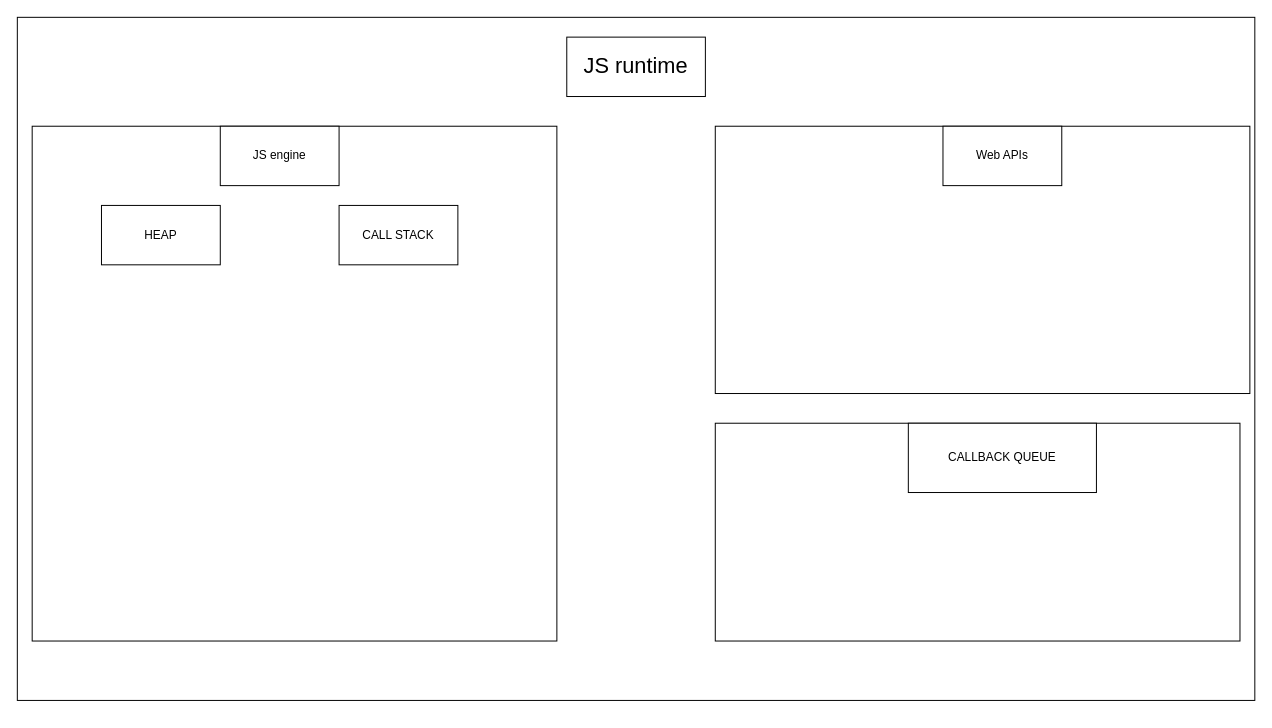
Above: event_loopjs.drawio in Truonghuu478/frontend (draw.io), before the change. Source tidied: cells renumbered, new cells numbered last; positions are measured from the earlier drawing's top-left corner, leaving out a move shared by most shapes. Both pictures are drawn from the tidied source at 99%, with x=0, y=0 at pixel (17, 17).
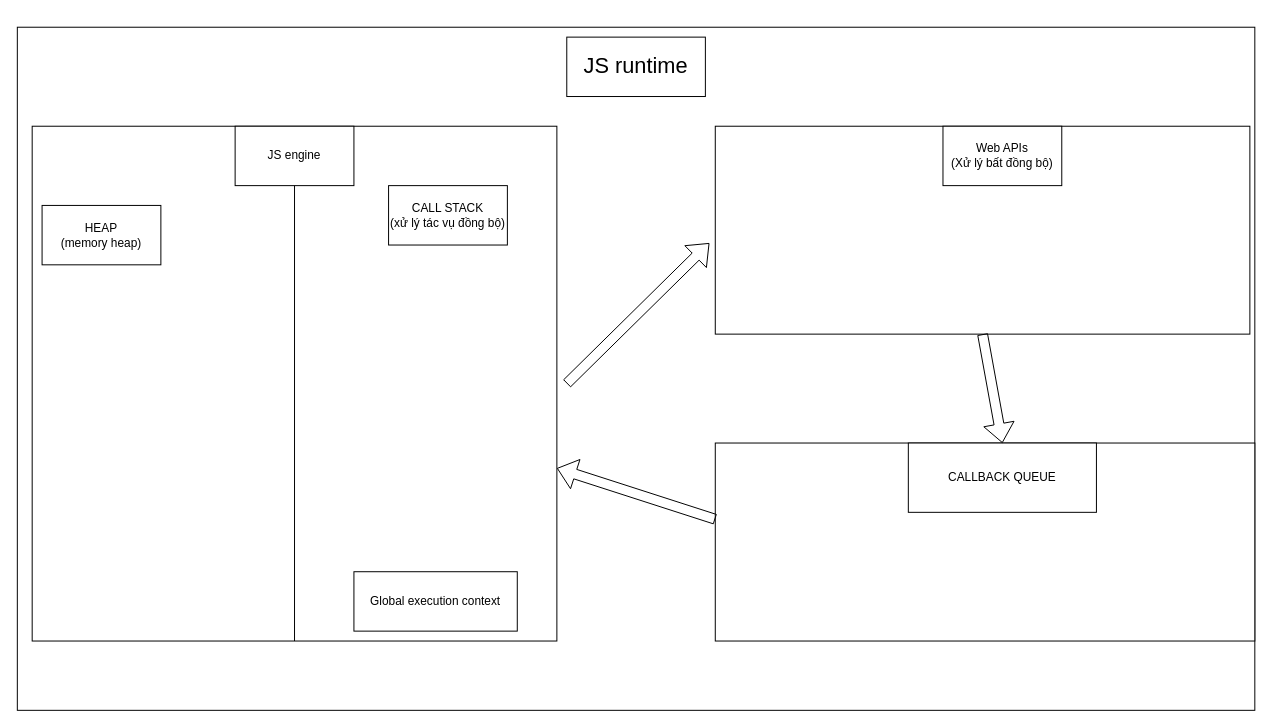
The same diagram, later.

Commit message:
Cập nhật event_loopjs.drawio

Diff of the diagram source:
```diff
@@
 <mxGraphModel>
   <root>
     <mxCell id="0" />
     <mxCell id="1" parent="0" />
     <mxCell id="2" style="rounded=0;whiteSpace=wrap;html=1;" parent="1" vertex="1">
-      <mxGeometry width="1250" height="690" as="geometry" />
+      <mxGeometry y="10" width="1250" height="690" as="geometry" />
     </mxCell>
     <mxCell id="3" value="JS runtime" style="rounded=0;whiteSpace=wrap;html=1;fontSize=22;" parent="1" vertex="1">
       <mxGeometry x="555" y="20" width="140" height="60" as="geometry" />
     </mxCell>
     <mxCell id="4" style="rounded=0;whiteSpace=wrap;html=1;" parent="1" vertex="1">
       <mxGeometry x="15" y="110" width="530" height="520" as="geometry" />
     </mxCell>
     <mxCell id="5" value="JS engine" style="rounded=0;whiteSpace=wrap;html=1;" parent="1" vertex="1">
-      <mxGeometry x="205" y="110" width="120" height="60" as="geometry" />
+      <mxGeometry x="220" y="110" width="120" height="60" as="geometry" />
     </mxCell>
     <mxCell id="6" style="rounded=0;whiteSpace=wrap;html=1;" parent="1" vertex="1">
-      <mxGeometry x="705" y="110" width="540" height="270" as="geometry" />
+      <mxGeometry x="705" y="110" width="540" height="210" as="geometry" />
     </mxCell>
-    <mxCell id="7" value="Web APIs" style="rounded=0;whiteSpace=wrap;html=1;" parent="1" vertex="1">
+    <mxCell id="7" value="Web APIs&lt;br&gt;(Xử lý bất đồng bộ)" style="rounded=0;whiteSpace=wrap;html=1;" parent="1" vertex="1">
       <mxGeometry x="935" y="110" width="120" height="60" as="geometry" />
     </mxCell>
-    <mxCell id="8" value="HEAP" style="rounded=0;whiteSpace=wrap;html=1;" parent="1" vertex="1">
-      <mxGeometry x="85" y="190" width="120" height="60" as="geometry" />
+    <mxCell id="8" value="HEAP&lt;br&gt;(memory heap)" style="rounded=0;whiteSpace=wrap;html=1;" parent="1" vertex="1">
+      <mxGeometry x="25" y="190" width="120" height="60" as="geometry" />
     </mxCell>
-    <mxCell id="9" value="CALL STACK" style="rounded=0;whiteSpace=wrap;html=1;" parent="1" vertex="1">
-      <mxGeometry x="325" y="190" width="120" height="60" as="geometry" />
+    <mxCell id="9" value="CALL STACK&lt;br&gt;(xử lý tác vụ đồng bộ)" style="rounded=0;whiteSpace=wrap;html=1;" parent="1" vertex="1">
+      <mxGeometry x="375" y="170" width="120" height="60" as="geometry" />
     </mxCell>
     <mxCell id="10" style="rounded=0;whiteSpace=wrap;html=1;" parent="1" vertex="1">
-      <mxGeometry x="705" y="410" width="530" height="220" as="geometry" />
+      <mxGeometry x="705" y="430" width="545" height="200" as="geometry" />
     </mxCell>
     <mxCell id="11" value="CALLBACK QUEUE" style="rounded=0;whiteSpace=wrap;html=1;" parent="1" vertex="1">
-      <mxGeometry x="900" y="410" width="190" height="70" as="geometry" />
+      <mxGeometry x="900" y="430" width="190" height="70" as="geometry" />
     </mxCell>
+    <mxCell id="12" style="endArrow=none;html=1;rounded=0;entryX=0.5;entryY=1;entryDx=0;entryDy=0;exitX=0.5;exitY=1;exitDx=0;exitDy=0;" parent="1" edge="1" source="4" target="5">
+      <mxGeometry relative="1" as="geometry" />
+    </mxCell>
+    <mxCell id="13" style="shape=flexArrow;endArrow=classic;html=1;rounded=0;entryX=0.5;entryY=0;entryDx=0;entryDy=0;exitX=0.5;exitY=1;exitDx=0;exitDy=0;" parent="1" edge="1" source="6" target="11">
+      <mxGeometry relative="1" as="geometry" />
+    </mxCell>
+    <mxCell id="14" style="shape=flexArrow;endArrow=classic;html=1;rounded=0;exitX=0;exitY=0.385;exitDx=0;exitDy=0;exitPerimeter=0;" parent="1" edge="1" source="10" target="4">
+      <mxGeometry relative="1" as="geometry" />
+    </mxCell>
+    <mxCell id="15" style="shape=flexArrow;endArrow=classic;html=1;rounded=0;entryX=-0.011;entryY=0.562;entryDx=0;entryDy=0;entryPerimeter=0;" parent="1" edge="1" target="6">
+      <mxGeometry relative="1" as="geometry">
+        <mxPoint x="555" y="370" as="sourcePoint" />
+      </mxGeometry>
+    </mxCell>
+    <mxCell id="16" value="Global execution context" style="rounded=0;whiteSpace=wrap;html=1;" parent="1" vertex="1">
+      <mxGeometry x="340" y="560" width="165" height="60" as="geometry" />
+    </mxCell>
   </root>
 </mxGraphModel>
```
